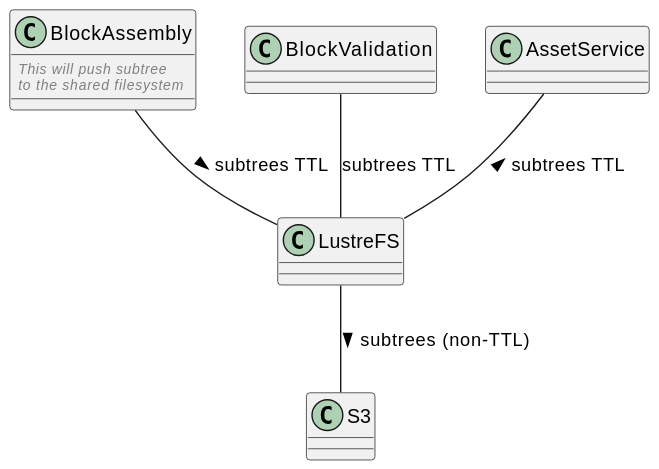
This is docs/lustre_fs.svg from freemans13/teranode, a PlantUML export, as it was before one commit. Source of this version:
```plantuml
@startuml
!define RECTANGLE class

RECTANGLE BlockAssembly {
  <color:grey><i><size:10>This will push subtree</size></i></color>
  <color:grey><i><size:10>to the shared filesystem
}

RECTANGLE BlockValidation {
}

RECTANGLE AssetService {
}

RECTANGLE LustreFS {
}

RECTANGLE S3 {}

BlockAssembly -- LustreFS : subtrees TTL >
BlockValidation -- LustreFS : subtrees TTL
AssetService -- LustreFS : subtrees TTL <
LustreFS -- S3 : subtrees (non-TTL) >
@enduml
```
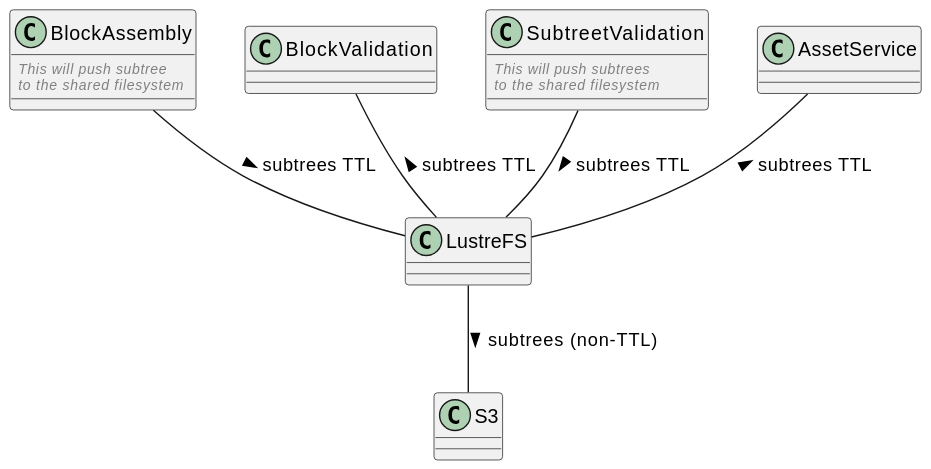
Later version of the same file.

Change to the diagram source:
```diff
@@ -9,6 +9,11 @@
 RECTANGLE BlockValidation {
 }
 
+RECTANGLE SubtreetValidation {
+    <color:grey><i><size:10>This will push subtrees</size></i></color>
+  <color:grey><i><size:10>to the shared filesystem
+}
+
 RECTANGLE AssetService {
 }
 
@@ -18,7 +23,8 @@
 RECTANGLE S3 {}
 
 BlockAssembly -- LustreFS : subtrees TTL >
-BlockValidation -- LustreFS : subtrees TTL
+BlockValidation -- LustreFS : subtrees TTL <
+SubtreetValidation -- LustreFS : subtrees TTL >
 AssetService -- LustreFS : subtrees TTL <
 LustreFS -- S3 : subtrees (non-TTL) >
 @enduml
```
